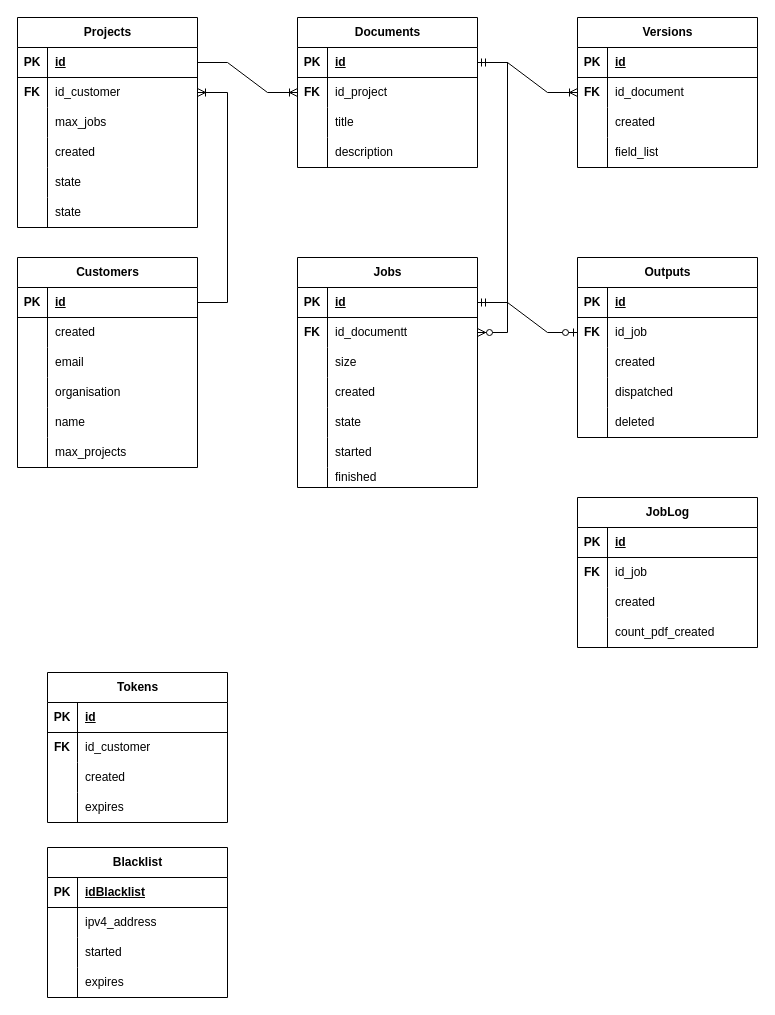
edenst-TPH/pdf-form-filling-api keeps this draw.io diagram as docs/pff-api.drawio. Above is the earlier version. Source tidied: cells renumbered, new cells numbered last; positions are measured from the earlier drawing's top-left corner, leaving out a move shared by most shapes. Both pictures are drawn from the tidied source at 100%, with x=0, y=0 at pixel (-93, -193).
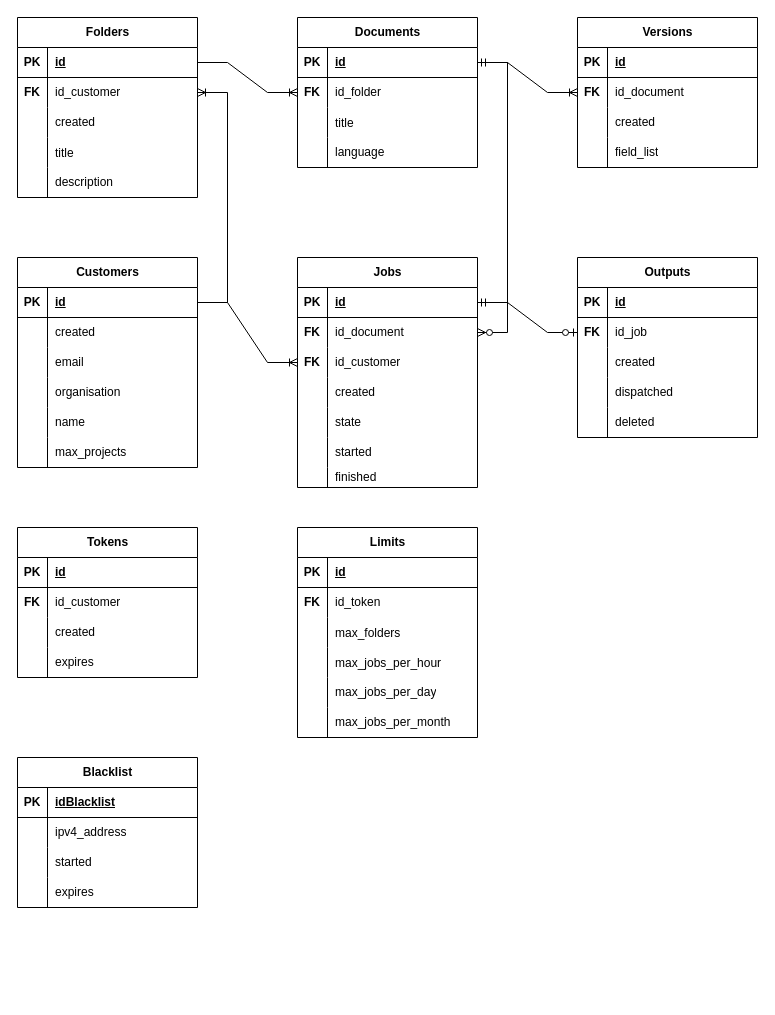
After the change.

Unchanged cells that the change refers to:
```xml
<mxCell id="2" value="Jobs" style="shape=table;startSize=30;childLayout=tableLayout;rowLines=0;fontStyle=1;align=center;html=1;" parent="1" vertex="1">
  <mxGeometry x="390" y="450" width="180" height="230" as="geometry" />
</mxCell>
<mxCell id="6" style="shape=tableRow;horizontal=0;startSize=0;swimlaneHead=0;swimlaneBody=0;fillColor=none;points=[[0,0.5],[1,0.5]];portConstraint=eastwest;top=0;left=0;right=0;bottom=0;" parent="2" vertex="1">
  <mxGeometry y="60" width="180" height="30" as="geometry" />
</mxCell>
<mxCell id="24" value="Documents" style="shape=table;startSize=30;childLayout=tableLayout;rowLines=0;fontStyle=1;align=center;html=1;" parent="1" vertex="1">
  <mxGeometry x="390" y="210" width="180" height="150" as="geometry" />
</mxCell>
<mxCell id="28" style="shape=tableRow;horizontal=0;startSize=0;swimlaneHead=0;swimlaneBody=0;fillColor=none;points=[[0,0.5],[1,0.5]];portConstraint=eastwest;top=0;left=0;right=0;bottom=0;" parent="24" vertex="1">
  <mxGeometry y="60" width="180" height="30" as="geometry" />
</mxCell>
<mxCell id="56" style="shape=tableRow;horizontal=0;startSize=0;swimlaneHead=0;swimlaneBody=0;fillColor=none;top=0;left=0;right=0;bottom=0;" parent="52" vertex="1">
  <mxGeometry y="60" width="180" height="30" as="geometry" />
</mxCell>
<mxCell id="66" style="shape=tableRow;horizontal=0;startSize=0;swimlaneHead=0;swimlaneBody=0;fillColor=none;points=[[0,0.5],[1,0.5]];portConstraint=eastwest;top=0;left=0;right=0;bottom=1;" parent="65" vertex="1">
  <mxGeometry y="30" width="180" height="30" as="geometry" />
</mxCell>
<mxCell id="110" style="shape=tableRow;horizontal=0;startSize=0;swimlaneHead=0;swimlaneBody=0;fillColor=none;top=0;left=0;right=0;bottom=0;" parent="97" vertex="1">
  <mxGeometry y="150" width="180" height="30" as="geometry" />
</mxCell>
```

What changed in the source:
```diff
@@
-    <mxCell id="8" value="id_documentt" style="shape=partialRectangle;fillColor=none;top=0;left=0;bottom=0;right=0;align=left;spacingLeft=6;overflow=hidden;whiteSpace=wrap;html=1;" parent="6" vertex="1">
+    <mxCell id="8" value="id_document" style="shape=partialRectangle;fillColor=none;top=0;left=0;bottom=0;right=0;align=left;spacingLeft=6;overflow=hidden;whiteSpace=wrap;html=1;" parent="6" vertex="1">
       <mxGeometry x="30" width="150" height="30" as="geometry" />
     </mxCell>
-    <mxCell id="9" style="shape=tableRow;horizontal=0;startSize=0;swimlaneHead=0;swimlaneBody=0;fillColor=none;top=0;left=0;right=0;bottom=0;" parent="2" vertex="1">
-      <mxGeometry y="90" width="180" height="30" as="geometry" />
-    </mxCell>
-    <mxCell id="10" style="shape=partialRectangle;fillColor=none;top=0;left=0;bottom=0;right=0;overflow=hidden;whiteSpace=wrap;html=1;" parent="9" vertex="1">
-      <mxGeometry width="30" height="30" as="geometry" />
-    </mxCell>
-    <mxCell id="11" value="size" style="shape=partialRectangle;fillColor=none;top=0;left=0;bottom=0;right=0;align=left;spacingLeft=6;overflow=hidden;whiteSpace=wrap;html=1;" parent="9" vertex="1">
-      <mxGeometry x="30" width="150" height="30" as="geometry" />
-    </mxCell>
+    <mxCell id="148" style="shape=tableRow;horizontal=0;startSize=0;swimlaneHead=0;swimlaneBody=0;fillColor=none;points=[[0,0.5],[1,0.5]];portConstraint=eastwest;top=0;left=0;right=0;bottom=0;fontStyle=0;" parent="2" vertex="1">
+      <mxGeometry y="90" width="180" height="30" as="geometry" />
+    </mxCell>
+    <mxCell id="149" value="&lt;b&gt;FK&lt;/b&gt;" style="shape=partialRectangle;fillColor=none;top=0;left=0;bottom=0;right=0;fontStyle=0;overflow=hidden;whiteSpace=wrap;html=1;" parent="148" vertex="1">
+      <mxGeometry width="30" height="30" as="geometry" />
+    </mxCell>
+    <mxCell id="150" value="id_customer" style="shape=partialRectangle;fillColor=none;top=0;left=0;bottom=0;right=0;align=left;spacingLeft=6;fontStyle=0;overflow=hidden;whiteSpace=wrap;html=1;" parent="148" vertex="1">
+      <mxGeometry x="30" width="150" height="30" as="geometry" />
+    </mxCell>
@@
-    <mxCell id="30" value="id_project" style="shape=partialRectangle;fillColor=none;top=0;left=0;bottom=0;right=0;align=left;spacingLeft=6;overflow=hidden;whiteSpace=wrap;html=1;" parent="28" vertex="1">
+    <mxCell id="30" value="id_folder" style="shape=partialRectangle;fillColor=none;top=0;left=0;bottom=0;right=0;align=left;spacingLeft=6;overflow=hidden;whiteSpace=wrap;html=1;" parent="28" vertex="1">
       <mxGeometry x="30" width="150" height="30" as="geometry" />
     </mxCell>
+    <mxCell id="151" style="shape=tableRow;horizontal=0;startSize=0;swimlaneHead=0;swimlaneBody=0;fillColor=none;top=0;left=0;right=0;bottom=0;" parent="24" vertex="1">
+      <mxGeometry y="90" width="180" height="30" as="geometry" />
+    </mxCell>
+    <mxCell id="152" style="shape=partialRectangle;fillColor=none;top=0;left=0;bottom=0;right=0;overflow=hidden;" parent="151" vertex="1">
+      <mxGeometry width="30" height="30" as="geometry" />
+    </mxCell>
+    <mxCell id="153" value="title" style="shape=partialRectangle;fillColor=none;top=0;left=0;bottom=0;right=0;align=left;spacingLeft=6;overflow=hidden;" parent="151" vertex="1">
+      <mxGeometry x="30" width="150" height="30" as="geometry" />
+    </mxCell>
     <mxCell id="31" style="shape=tableRow;horizontal=0;startSize=0;swimlaneHead=0;swimlaneBody=0;fillColor=none;top=0;left=0;right=0;bottom=0;" parent="24" vertex="1">
-      <mxGeometry y="90" width="180" height="30" as="geometry" />
+      <mxGeometry y="120" width="180" height="30" as="geometry" />
     </mxCell>
@@
-    <mxCell id="33" value="title" style="shape=partialRectangle;fillColor=none;top=0;left=0;bottom=0;right=0;align=left;spacingLeft=6;overflow=hidden;whiteSpace=wrap;html=1;" parent="31" vertex="1">
+    <mxCell id="33" value="language" style="shape=partialRectangle;fillColor=none;top=0;left=0;bottom=0;right=0;align=left;spacingLeft=6;overflow=hidden;whiteSpace=wrap;html=1;" parent="31" vertex="1">
       <mxGeometry x="30" width="150" height="30" as="geometry" />
     </mxCell>
-    <mxCell id="34" style="shape=tableRow;horizontal=0;startSize=0;swimlaneHead=0;swimlaneBody=0;fillColor=none;top=0;left=0;right=0;bottom=0;" parent="24" vertex="1">
-      <mxGeometry y="120" width="180" height="30" as="geometry" />
-    </mxCell>
-    <mxCell id="35" style="shape=partialRectangle;fillColor=none;top=0;left=0;bottom=0;right=0;overflow=hidden;whiteSpace=wrap;html=1;" parent="34" vertex="1">
-      <mxGeometry width="30" height="30" as="geometry" />
-    </mxCell>
-    <mxCell id="36" value="description" style="shape=partialRectangle;fillColor=none;top=0;left=0;bottom=0;right=0;align=left;spacingLeft=6;overflow=hidden;whiteSpace=wrap;html=1;" parent="34" vertex="1">
-      <mxGeometry x="30" width="150" height="30" as="geometry" />
-    </mxCell>
     <mxCell id="37" value="Tokens" style="shape=table;startSize=30;childLayout=tableLayout;rowLines=0;fontStyle=1;align=center;html=1;" parent="1" vertex="1">
-      <mxGeometry x="140" y="865" width="180" height="150" as="geometry" />
+      <mxGeometry x="110" y="720" width="180" height="150" as="geometry" />
     </mxCell>
@@
-    <mxCell id="52" value="&lt;div&gt;JobLog&lt;/div&gt;" style="shape=table;startSize=30;childLayout=tableLayout;rowLines=0;fontStyle=1;align=center;html=1;" parent="1" vertex="1">
-      <mxGeometry x="670" y="690" width="180" height="150" as="geometry" />
+    <mxCell id="52" value="Limits" style="shape=table;startSize=30;childLayout=tableLayout;rowLines=0;fontStyle=1;align=center;html=1;" parent="1" vertex="1">
+      <mxGeometry x="390" y="720" width="180" height="210" as="geometry" />
     </mxCell>
@@
-    <mxCell id="58" value="id_job" style="shape=partialRectangle;fillColor=none;top=0;left=0;bottom=0;right=0;align=left;spacingLeft=6;overflow=hidden;whiteSpace=wrap;html=1;" parent="56" vertex="1">
+    <mxCell id="58" value="id_token" style="shape=partialRectangle;fillColor=none;top=0;left=0;bottom=0;right=0;align=left;spacingLeft=6;overflow=hidden;whiteSpace=wrap;html=1;" parent="56" vertex="1">
       <mxGeometry x="30" width="150" height="30" as="geometry" />
     </mxCell>
+    <mxCell id="154" style="shape=tableRow;horizontal=0;startSize=0;swimlaneHead=0;swimlaneBody=0;fillColor=none;top=0;left=0;right=0;bottom=0;" parent="52" vertex="1">
+      <mxGeometry y="90" width="180" height="30" as="geometry" />
+    </mxCell>
+    <mxCell id="155" style="shape=partialRectangle;fillColor=none;top=0;left=0;bottom=0;right=0;overflow=hidden;" parent="154" vertex="1">
+      <mxGeometry width="30" height="30" as="geometry" />
+    </mxCell>
+    <mxCell id="156" value="max_folders" style="shape=partialRectangle;fillColor=none;top=0;left=0;bottom=0;right=0;align=left;spacingLeft=6;overflow=hidden;" parent="154" vertex="1">
+      <mxGeometry x="30" width="150" height="30" as="geometry" />
+    </mxCell>
+    <mxCell id="157" style="shape=tableRow;horizontal=0;startSize=0;swimlaneHead=0;swimlaneBody=0;fillColor=none;top=0;left=0;right=0;bottom=0;" parent="52" vertex="1">
+      <mxGeometry y="120" width="180" height="30" as="geometry" />
+    </mxCell>
+    <mxCell id="158" style="shape=partialRectangle;fillColor=none;top=0;left=0;bottom=0;right=0;overflow=hidden;" parent="157" vertex="1">
+      <mxGeometry width="30" height="30" as="geometry" />
+    </mxCell>
+    <mxCell id="159" value="max_jobs_per_hour" style="shape=partialRectangle;fillColor=none;top=0;left=0;bottom=0;right=0;align=left;spacingLeft=6;overflow=hidden;" parent="157" vertex="1">
+      <mxGeometry x="30" width="150" height="30" as="geometry" />
+    </mxCell>
     <mxCell id="59" style="shape=tableRow;horizontal=0;startSize=0;swimlaneHead=0;swimlaneBody=0;fillColor=none;top=0;left=0;right=0;bottom=0;" parent="52" vertex="1">
-      <mxGeometry y="90" width="180" height="30" as="geometry" />
+      <mxGeometry y="150" width="180" height="30" as="geometry" />
     </mxCell>
@@
-    <mxCell id="61" value="created" style="shape=partialRectangle;fillColor=none;top=0;left=0;bottom=0;right=0;align=left;spacingLeft=6;overflow=hidden;whiteSpace=wrap;html=1;" parent="59" vertex="1">
+    <mxCell id="61" value="max_jobs_per_day" style="shape=partialRectangle;fillColor=none;top=0;left=0;bottom=0;right=0;align=left;spacingLeft=6;overflow=hidden;whiteSpace=wrap;html=1;" parent="59" vertex="1">
       <mxGeometry x="30" width="150" height="30" as="geometry" />
     </mxCell>
     <mxCell id="62" style="shape=tableRow;horizontal=0;startSize=0;swimlaneHead=0;swimlaneBody=0;fillColor=none;top=0;left=0;right=0;bottom=0;" parent="52" vertex="1">
-      <mxGeometry y="120" width="180" height="30" as="geometry" />
+      <mxGeometry y="180" width="180" height="30" as="geometry" />
     </mxCell>
@@
-    <mxCell id="64" value="&lt;div&gt;count_pdf_created&lt;/div&gt;" style="shape=partialRectangle;fillColor=none;top=0;left=0;bottom=0;right=0;align=left;spacingLeft=6;overflow=hidden;whiteSpace=wrap;html=1;" parent="62" vertex="1">
+    <mxCell id="64" value="max_jobs_per_month" style="shape=partialRectangle;fillColor=none;top=0;left=0;bottom=0;right=0;align=left;spacingLeft=6;overflow=hidden;whiteSpace=wrap;html=1;" parent="62" vertex="1">
       <mxGeometry x="30" width="150" height="30" as="geometry" />
     </mxCell>
@@
     <mxCell id="84" value="Blacklist" style="shape=table;startSize=30;childLayout=tableLayout;rowLines=0;fontStyle=1;align=center;html=1;" parent="1" vertex="1">
-      <mxGeometry x="140" y="1040" width="180" height="150" as="geometry" />
+      <mxGeometry x="110" y="950" width="180" height="150" as="geometry" />
     </mxCell>
@@
-    <mxCell id="97" value="Projects" style="shape=table;startSize=30;childLayout=tableLayout;rowLines=0;fontStyle=1;align=center;html=1;" parent="1" vertex="1">
-      <mxGeometry x="110" y="210" width="180" height="210" as="geometry" />
+    <mxCell id="97" value="Folders" style="shape=table;startSize=30;childLayout=tableLayout;rowLines=0;fontStyle=1;align=center;html=1;" parent="1" vertex="1">
+      <mxGeometry x="110" y="210" width="180" height="180" as="geometry" />
     </mxCell>
@@
-    <mxCell id="104" style="shape=tableRow;horizontal=0;startSize=0;swimlaneHead=0;swimlaneBody=0;fillColor=none;top=0;left=0;right=0;bottom=0;" parent="97" vertex="1">
-      <mxGeometry y="90" width="180" height="30" as="geometry" />
-    </mxCell>
-    <mxCell id="105" style="shape=partialRectangle;fillColor=none;top=0;left=0;bottom=0;right=0;overflow=hidden;whiteSpace=wrap;html=1;" parent="104" vertex="1">
-      <mxGeometry width="30" height="30" as="geometry" />
-    </mxCell>
-    <mxCell id="106" value="max_jobs" style="shape=partialRectangle;fillColor=none;top=0;left=0;bottom=0;right=0;align=left;spacingLeft=6;overflow=hidden;whiteSpace=wrap;html=1;" parent="104" vertex="1">
-      <mxGeometry x="30" width="150" height="30" as="geometry" />
-    </mxCell>
     <mxCell id="107" style="shape=tableRow;horizontal=0;startSize=0;swimlaneHead=0;swimlaneBody=0;fillColor=none;top=0;left=0;right=0;bottom=0;" parent="97" vertex="1">
-      <mxGeometry y="120" width="180" height="30" as="geometry" />
+      <mxGeometry y="90" width="180" height="30" as="geometry" />
     </mxCell>
@@
+    <mxCell id="160" style="shape=tableRow;horizontal=0;startSize=0;swimlaneHead=0;swimlaneBody=0;fillColor=none;top=0;left=0;right=0;bottom=0;" parent="97" vertex="1">
+      <mxGeometry y="120" width="180" height="30" as="geometry" />
+    </mxCell>
+    <mxCell id="161" style="shape=partialRectangle;fillColor=none;top=0;left=0;bottom=0;right=0;overflow=hidden;" parent="160" vertex="1">
+      <mxGeometry width="30" height="30" as="geometry" />
+    </mxCell>
+    <mxCell id="162" value="title" style="shape=partialRectangle;fillColor=none;top=0;left=0;bottom=0;right=0;align=left;spacingLeft=6;overflow=hidden;" parent="160" vertex="1">
+      <mxGeometry x="30" width="150" height="30" as="geometry" />
+    </mxCell>
@@
-    <mxCell id="112" value="state" style="shape=partialRectangle;fillColor=none;top=0;left=0;bottom=0;right=0;align=left;spacingLeft=6;overflow=hidden;whiteSpace=wrap;html=1;" parent="110" vertex="1">
+    <mxCell id="112" value="description" style="shape=partialRectangle;fillColor=none;top=0;left=0;bottom=0;right=0;align=left;spacingLeft=6;overflow=hidden;whiteSpace=wrap;html=1;" parent="110" vertex="1">
       <mxGeometry x="30" width="150" height="30" as="geometry" />
     </mxCell>
-    <mxCell id="113" style="shape=tableRow;horizontal=0;startSize=0;swimlaneHead=0;swimlaneBody=0;fillColor=none;top=0;left=0;right=0;bottom=0;" parent="97" vertex="1">
-      <mxGeometry y="180" width="180" height="30" as="geometry" />
-    </mxCell>
-    <mxCell id="114" style="shape=partialRectangle;fillColor=none;top=0;left=0;bottom=0;right=0;overflow=hidden;whiteSpace=wrap;html=1;" parent="113" vertex="1">
-      <mxGeometry width="30" height="30" as="geometry" />
-    </mxCell>
-    <mxCell id="115" value="state" style="shape=partialRectangle;fillColor=none;top=0;left=0;bottom=0;right=0;align=left;spacingLeft=6;overflow=hidden;whiteSpace=wrap;html=1;" parent="113" vertex="1">
-      <mxGeometry x="30" width="150" height="30" as="geometry" />
-    </mxCell>
@@
+    <mxCell id="163" style="edgeStyle=entityRelationEdgeStyle;fontSize=12;html=1;endArrow=ERoneToMany;rounded=0;entryX=0;entryY=0.5;entryDx=0;entryDy=0;exitX=1;exitY=0.5;exitDx=0;exitDy=0;" parent="1" edge="1" source="66" target="148">
+      <mxGeometry relative="1" as="geometry" />
+    </mxCell>
```
